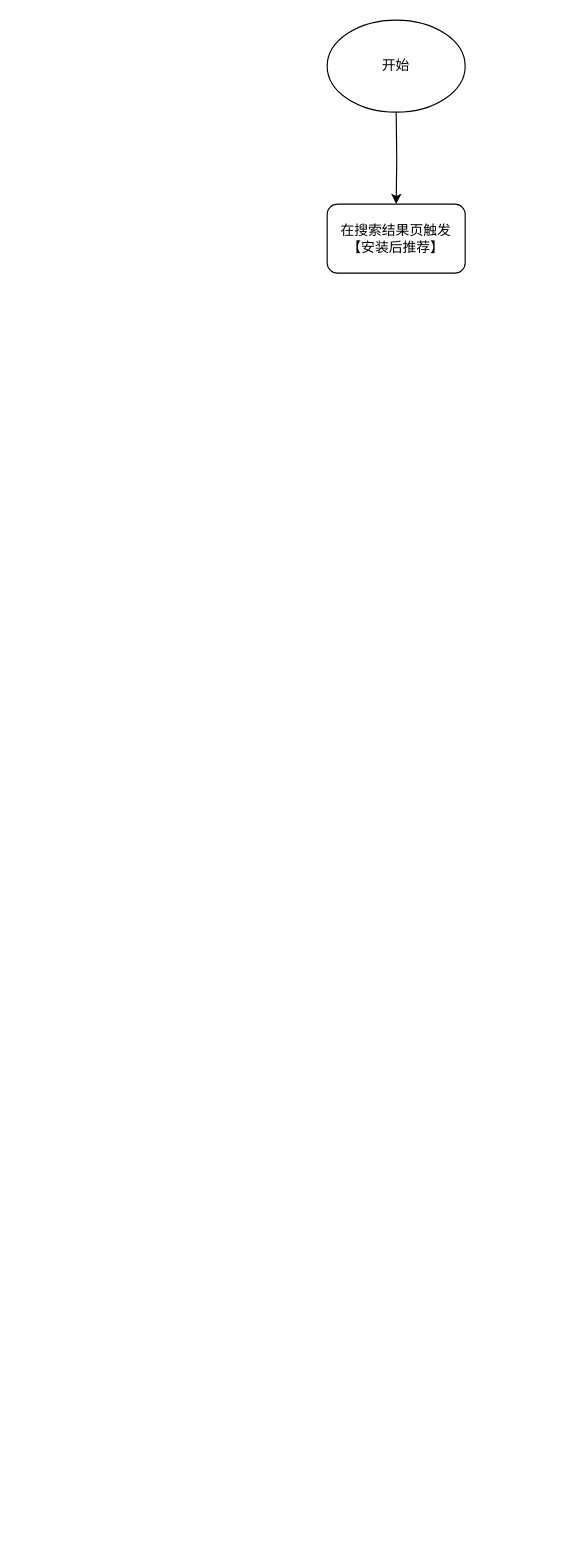
Above: 【二期】大型apk下载后推荐小游戏.drawio in ETHAN0430/draw.io.repo (draw.io), before the change. Source tidied: cells renumbered, new cells numbered last; positions are measured from the earlier drawing's top-left corner, leaving out a move shared by most shapes. Both pictures are drawn from the tidied source at 115%, with x=0, y=0 at pixel (327, 20).
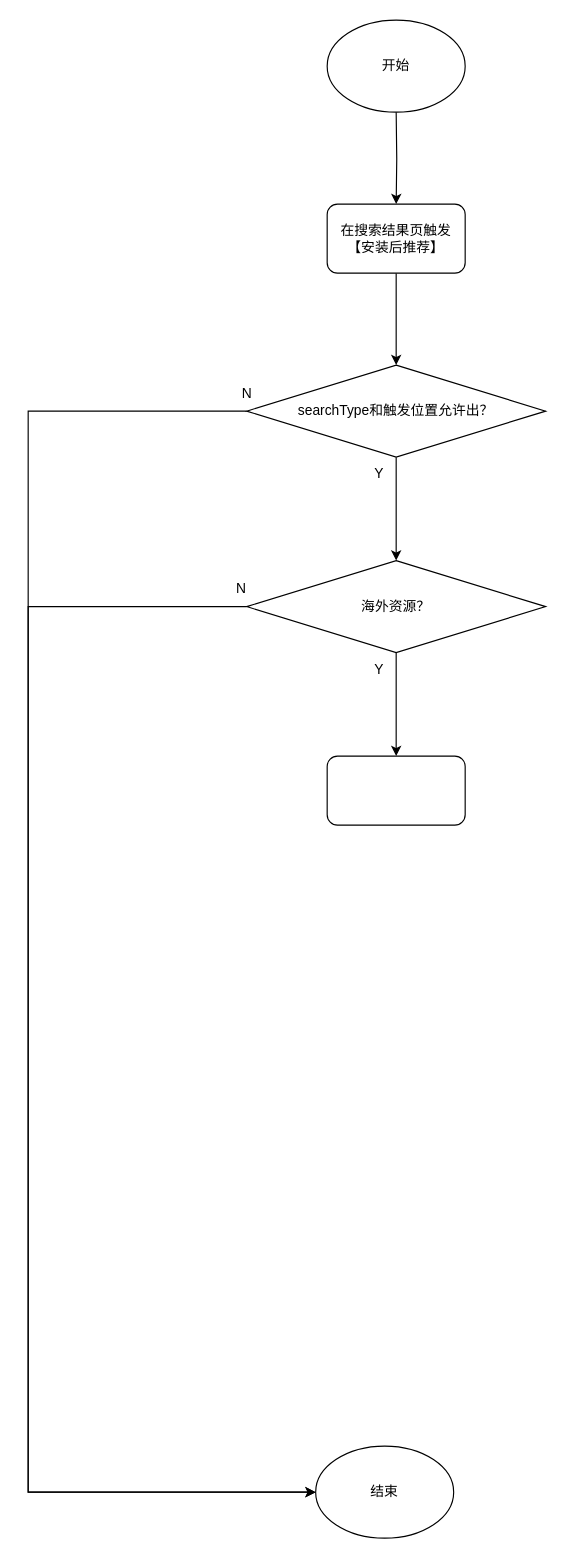
The same diagram, later.

Commit message (it also covers changes not shown here):
更新【二期】大型apk下载后推荐小游戏.drawio

The change refers to these unchanged cells:
```xml
<mxCell id="3" value="在搜索结果页触发&lt;br&gt;【安装后推荐】" style="whiteSpace=wrap;html=1;rounded=1;" parent="1" vertex="1">
  <mxGeometry y="160" width="120" height="60" as="geometry" />
</mxCell>
```

The edit, as a diff of the source:
```diff
@@
+    <mxCell id="5" style="edgeStyle=orthogonalEdgeStyle;rounded=0;jettySize=auto;html=1;" parent="1" edge="1" source="3">
+      <mxGeometry relative="1" as="geometry">
+        <mxPoint x="60" y="300" as="targetPoint" />
+      </mxGeometry>
+    </mxCell>
@@
+    <mxCell id="6" style="edgeStyle=orthogonalEdgeStyle;rounded=0;jettySize=auto;html=1;entryX=0;entryY=0.5;entryDx=0;entryDy=0;" parent="1" edge="1" source="8" target="9">
+      <mxGeometry relative="1" as="geometry">
+        <Array as="points">
+          <mxPoint x="-260" y="340" />
+          <mxPoint x="-260" y="1280" />
+        </Array>
+      </mxGeometry>
+    </mxCell>
+    <mxCell id="7" style="edgeStyle=orthogonalEdgeStyle;rounded=0;jettySize=auto;html=1;" parent="1" edge="1" source="8">
+      <mxGeometry relative="1" as="geometry">
+        <mxPoint x="60" y="470" as="targetPoint" />
+      </mxGeometry>
+    </mxCell>
+    <mxCell id="8" value="searchType和触发位置允许出？" style="rhombus;whiteSpace=wrap;html=1;" parent="1" vertex="1">
+      <mxGeometry x="-70" y="300" width="260" height="80" as="geometry" />
+    </mxCell>
+    <mxCell id="9" value="结束" style="ellipse;whiteSpace=wrap;html=1;" parent="1" vertex="1">
+      <mxGeometry x="-10" y="1240" width="120" height="80" as="geometry" />
+    </mxCell>
+    <mxCell id="10" value="N" style="text;html=1;align=center;verticalAlign=middle;strokeColor=none;fillColor=none;" parent="1" vertex="1">
+      <mxGeometry x="-85" y="310" width="30" height="30" as="geometry" />
+    </mxCell>
+    <mxCell id="11" value="Y" style="text;html=1;align=center;verticalAlign=middle;strokeColor=none;fillColor=none;" parent="1" vertex="1">
+      <mxGeometry x="30" y="380" width="30" height="30" as="geometry" />
+    </mxCell>
+    <mxCell id="12" style="edgeStyle=orthogonalEdgeStyle;rounded=0;jettySize=auto;html=1;entryX=0;entryY=0.5;entryDx=0;entryDy=0;" parent="1" edge="1" source="14" target="9">
+      <mxGeometry relative="1" as="geometry">
+        <Array as="points">
+          <mxPoint x="-260" y="510" />
+          <mxPoint x="-260" y="1280" />
+        </Array>
+      </mxGeometry>
+    </mxCell>
+    <mxCell id="13" style="edgeStyle=orthogonalEdgeStyle;rounded=0;jettySize=auto;html=1;" parent="1" edge="1" source="14" target="17">
+      <mxGeometry relative="1" as="geometry" />
+    </mxCell>
+    <mxCell id="14" value="海外资源？" style="rhombus;whiteSpace=wrap;html=1;" parent="1" vertex="1">
+      <mxGeometry x="-70" y="470" width="260" height="80" as="geometry" />
+    </mxCell>
+    <mxCell id="15" value="N" style="text;html=1;align=center;verticalAlign=middle;strokeColor=none;fillColor=none;" parent="1" vertex="1">
+      <mxGeometry x="-90" y="480" width="30" height="30" as="geometry" />
+    </mxCell>
+    <mxCell id="16" value="Y" style="text;html=1;align=center;verticalAlign=middle;strokeColor=none;fillColor=none;" parent="1" vertex="1">
+      <mxGeometry x="30" y="550" width="30" height="30" as="geometry" />
+    </mxCell>
+    <mxCell id="17" style="rounded=1;whiteSpace=wrap;html=1;" parent="1" vertex="1">
+      <mxGeometry y="640" width="120" height="60" as="geometry" />
+    </mxCell>
```
